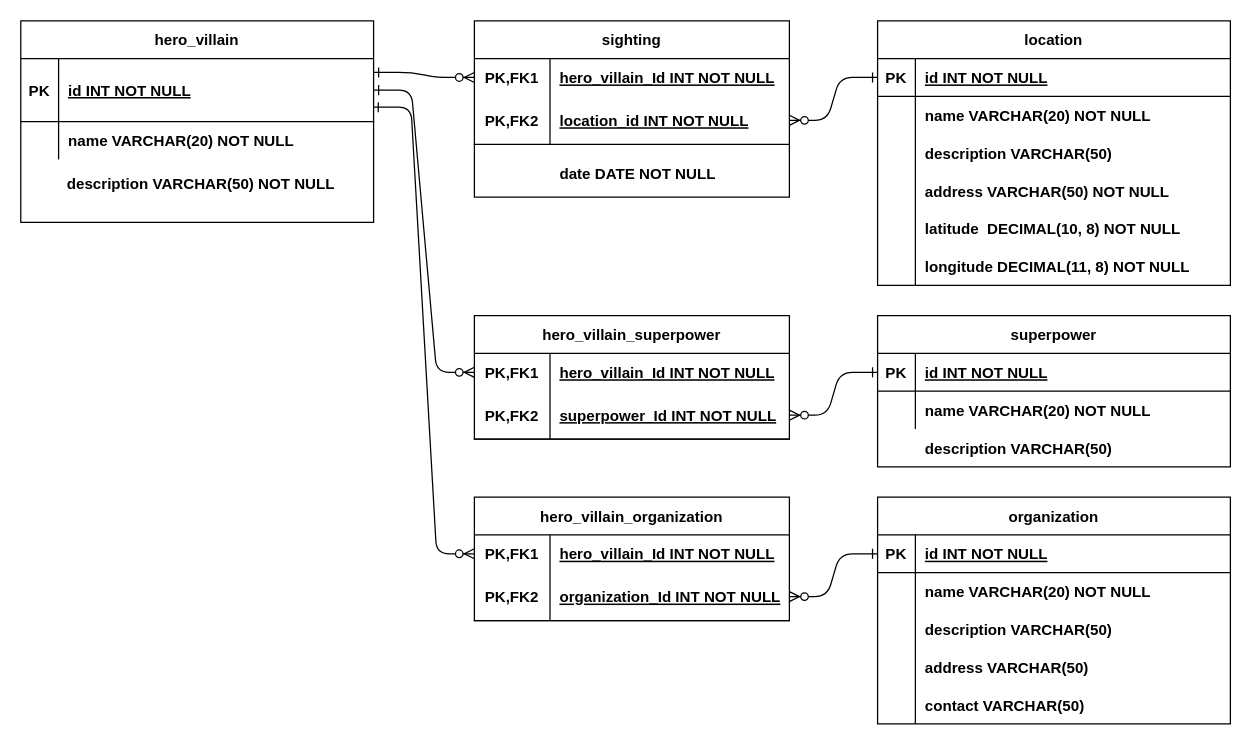
Before: superheroesighting-datalayer/CindyOkino-herosightingERD_v3.drawio in The-Software-Guild/superhero-sightings-cindyokino, a draw.io diagram. Source tidied: cells renumbered, new cells numbered last; positions are measured from the earlier drawing's top-left corner, leaving out a move shared by most shapes. Both pictures are drawn from the tidied source at 126%, with x=0, y=0 at pixel (20, 20).
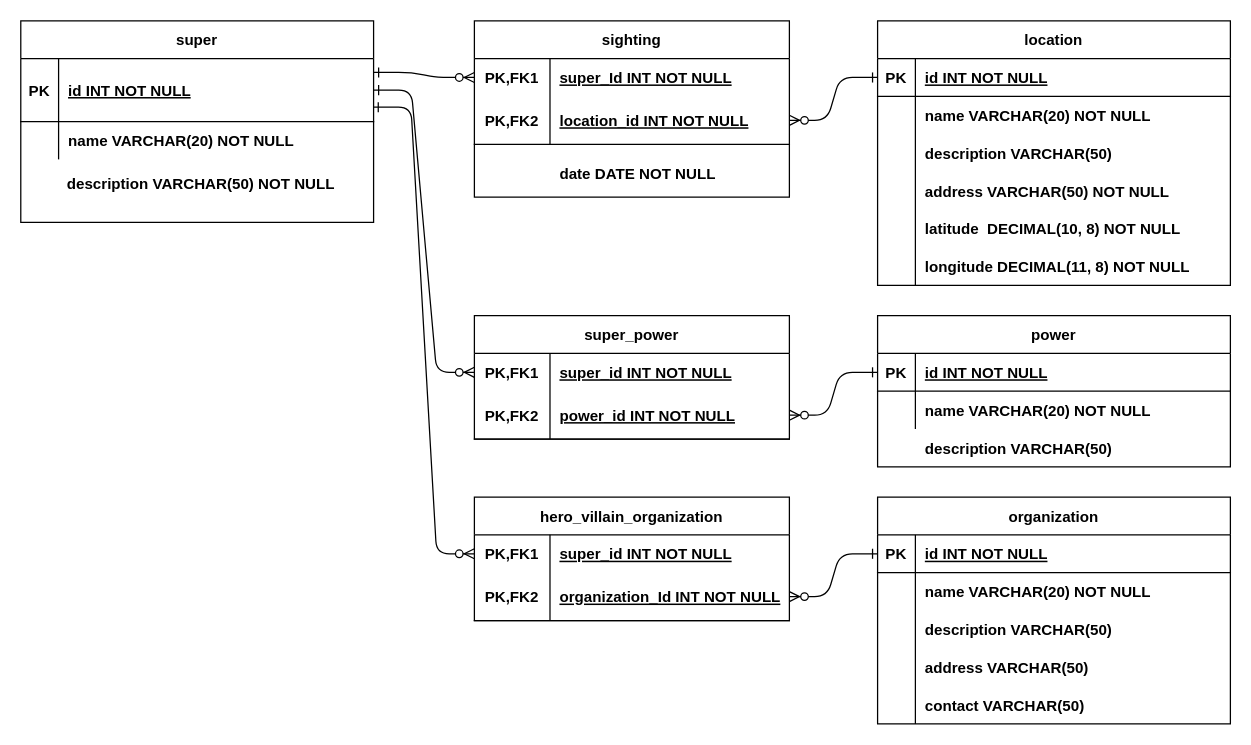
The same page after the edit.

Unchanged cells that the change refers to:
```xml
<mxCell id="36" style="shape=partialRectangle;fillColor=none;top=0;left=0;bottom=0;right=0;points=[[0,0.5],[1,0.5]];portConstraint=eastwest;" parent="35" vertex="1">
  <mxGeometry y="30" width="250" height="30" as="geometry" />
</mxCell>
<mxCell id="45" style="shape=partialRectangle;fillColor=none;top=0;left=0;bottom=0;right=0;points=[[0,0.5],[1,0.5]];portConstraint=eastwest;" parent="44" vertex="1">
  <mxGeometry y="30" width="250" height="30" as="geometry" />
</mxCell>
<mxCell id="48" style="shape=partialRectangle;fillColor=none;top=0;left=0;bottom=1;right=0;points=[[0,0.5],[1,0.5]];portConstraint=eastwest;" parent="44" vertex="1">
  <mxGeometry y="60" width="250" height="38" as="geometry" />
</mxCell>
<mxCell id="53" style="shape=partialRectangle;fillColor=none;top=0;left=0;bottom=0;right=0;points=[[0,0.5],[1,0.5]];portConstraint=eastwest;" parent="52" vertex="1">
  <mxGeometry y="30" width="250" height="30" as="geometry" />
</mxCell>
```

What changed in the source:
```diff
@@
-    <mxCell id="19" value="superpower" style="shape=table;startSize=30;childLayout=tableLayout;rowLines=0;fontStyle=1;align=center;" parent="1" vertex="1">
+    <mxCell id="19" value="power" style="shape=table;startSize=30;childLayout=tableLayout;rowLines=0;fontStyle=1;align=center;" parent="1" vertex="1">
       <mxGeometry x="680" y="234" width="280" height="120" as="geometry" />
     </mxCell>
@@
-    <mxCell id="26" value="hero_villain" style="shape=table;startSize=30;childLayout=tableLayout;rowLines=0;fontStyle=1;align=center;" parent="1" vertex="1">
+    <mxCell id="26" value="super" style="shape=table;startSize=30;childLayout=tableLayout;rowLines=0;fontStyle=1;align=center;" parent="1" vertex="1">
       <mxGeometry width="280" height="160" as="geometry" />
     </mxCell>
@@
-    <mxCell id="38" value="hero_villain_Id INT NOT NULL" style="shape=partialRectangle;fillColor=none;top=0;left=0;bottom=0;right=0;align=left;spacingLeft=6;fontStyle=5;overflow=hidden;" parent="36" vertex="1">
+    <mxCell id="38" value="super_id INT NOT NULL" style="shape=partialRectangle;fillColor=none;top=0;left=0;bottom=0;right=0;align=left;spacingLeft=6;fontStyle=5;overflow=hidden;" parent="36" vertex="1">
       <mxGeometry x="60" width="190" height="30" as="geometry" />
     </mxCell>
@@
-    <mxCell id="44" value="hero_villain_superpower" style="shape=table;startSize=30;childLayout=tableLayout;rowLines=0;fontStyle=1;align=center;" parent="1" vertex="1">
+    <mxCell id="44" value="super_power" style="shape=table;startSize=30;childLayout=tableLayout;rowLines=0;fontStyle=1;align=center;" parent="1" vertex="1">
       <mxGeometry x="360" y="234" width="250" height="98" as="geometry" />
     </mxCell>
@@
-    <mxCell id="47" value="hero_villain_Id INT NOT NULL" style="shape=partialRectangle;fillColor=none;top=0;left=0;bottom=0;right=0;align=left;spacingLeft=6;fontStyle=5;overflow=hidden;" parent="45" vertex="1">
+    <mxCell id="47" value="super_id INT NOT NULL" style="shape=partialRectangle;fillColor=none;top=0;left=0;bottom=0;right=0;align=left;spacingLeft=6;fontStyle=5;overflow=hidden;" parent="45" vertex="1">
       <mxGeometry x="60" width="190" height="30" as="geometry" />
     </mxCell>
@@
-    <mxCell id="50" value="superpower_Id INT NOT NULL" style="shape=partialRectangle;fillColor=none;top=0;left=0;bottom=0;right=0;align=left;spacingLeft=6;fontStyle=5;overflow=hidden;" parent="48" vertex="1">
+    <mxCell id="50" value="power_id INT NOT NULL" style="shape=partialRectangle;fillColor=none;top=0;left=0;bottom=0;right=0;align=left;spacingLeft=6;fontStyle=5;overflow=hidden;" parent="48" vertex="1">
       <mxGeometry x="60" width="190" height="38" as="geometry" />
     </mxCell>
@@
-    <mxCell id="55" value="hero_villain_Id INT NOT NULL" style="shape=partialRectangle;fillColor=none;top=0;left=0;bottom=0;right=0;align=left;spacingLeft=6;fontStyle=5;overflow=hidden;" parent="53" vertex="1">
+    <mxCell id="55" value="super_Id INT NOT NULL" style="shape=partialRectangle;fillColor=none;top=0;left=0;bottom=0;right=0;align=left;spacingLeft=6;fontStyle=5;overflow=hidden;" parent="53" vertex="1">
       <mxGeometry x="60" width="190" height="30" as="geometry" />
     </mxCell>
```
